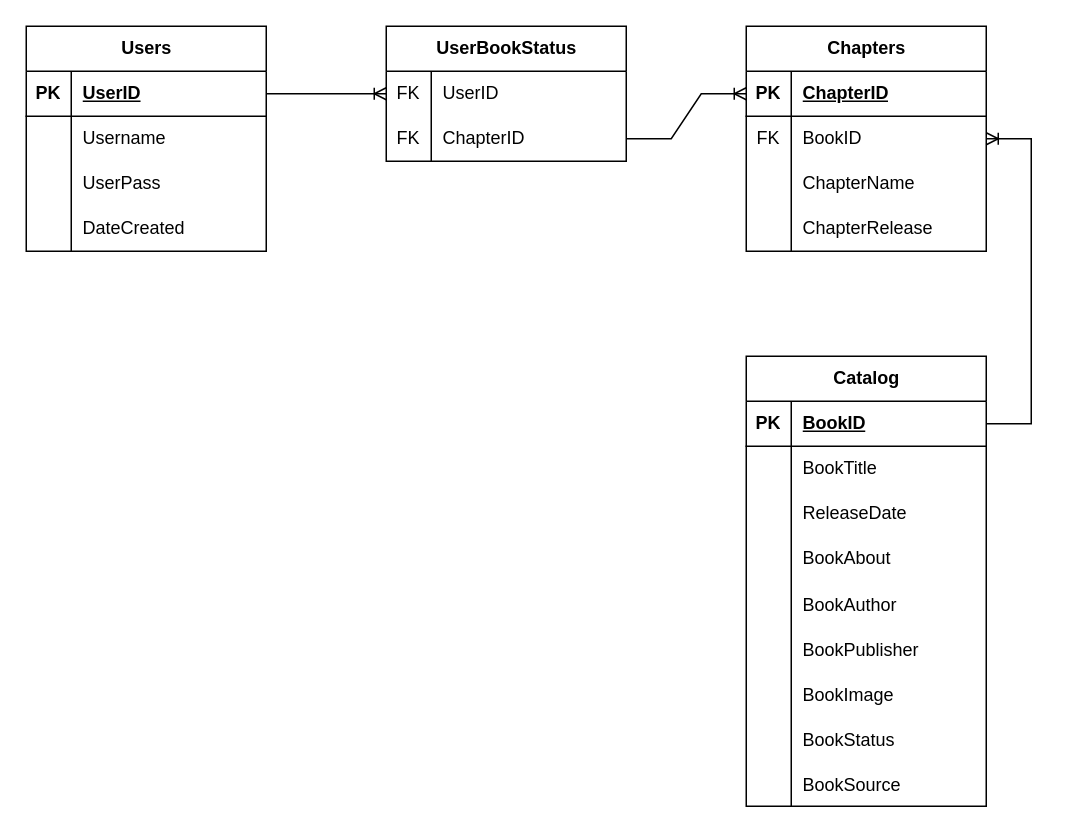
The draw.io diagram DesignAssets/DatabaseDiagram.drawio in Fabi985/Second-year-uni-proj, before the edit. Source tidied: cells renumbered, new cells numbered last; positions are measured from the earlier drawing's top-left corner, leaving out a move shared by most shapes. Both pictures are drawn from the tidied source at 150%, with x=0, y=0 at pixel (26, 26).
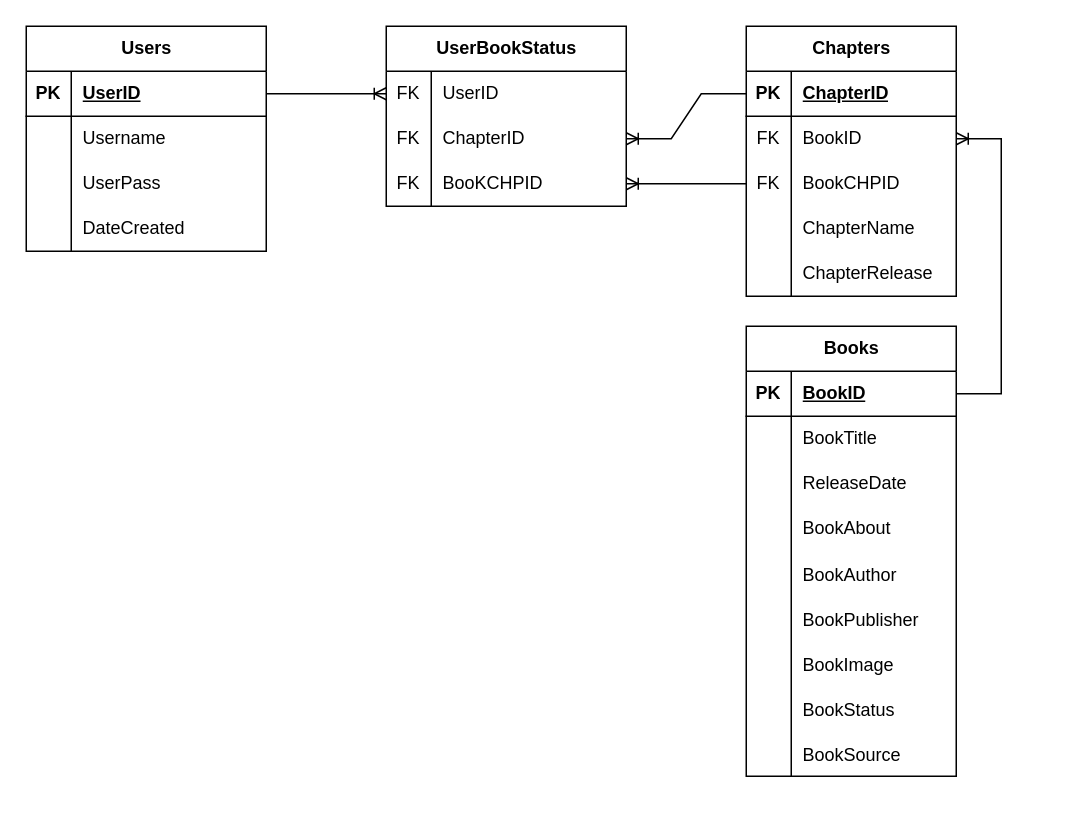
Above is the later version.

Commit message (it also covers changes not shown here):
updated queries and database design

Unchanged cells that the change refers to:
```xml
<mxCell id="60" style="shape=tableRow;horizontal=0;startSize=0;swimlaneHead=0;swimlaneBody=0;fillColor=none;points=[[0,0.5],[1,0.5]];portConstraint=eastwest;top=0;left=0;right=0;bottom=0;" parent="56" vertex="1">
  <mxGeometry y="60" width="160" height="30" as="geometry" />
</mxCell>
```

Diff of the diagram source:
```diff
@@
-    <mxCell id="15" value="Catalog" style="shape=table;startSize=30;childLayout=tableLayout;rowLines=0;fontStyle=1;align=center;html=1;" parent="1" vertex="1">
-      <mxGeometry x="480" y="220" width="160" height="300" as="geometry" />
+    <mxCell id="15" value="Books" style="shape=table;startSize=30;childLayout=tableLayout;rowLines=0;fontStyle=1;align=center;html=1;" parent="1" vertex="1">
+      <mxGeometry x="480" y="200" width="140" height="300" as="geometry" />
     </mxCell>
     <mxCell id="16" style="shape=tableRow;horizontal=0;startSize=0;swimlaneHead=0;swimlaneBody=0;fillColor=none;points=[[0,0.5],[1,0.5]];portConstraint=eastwest;top=0;left=0;right=0;bottom=1;" parent="15" vertex="1">
-      <mxGeometry y="30" width="160" height="30" as="geometry" />
+      <mxGeometry y="30" width="140" height="30" as="geometry" />
     </mxCell>
@@
     <mxCell id="18" value="BookID" style="shape=partialRectangle;fillColor=none;top=0;left=0;bottom=0;right=0;align=left;spacingLeft=6;fontStyle=5;overflow=hidden;whiteSpace=wrap;html=1;" parent="16" vertex="1">
-      <mxGeometry x="30" width="130" height="30" as="geometry" />
+      <mxGeometry x="30" width="110" height="30" as="geometry" />
     </mxCell>
     <mxCell id="19" style="shape=tableRow;horizontal=0;startSize=0;swimlaneHead=0;swimlaneBody=0;fillColor=none;top=0;left=0;right=0;bottom=0;" parent="15" vertex="1">
-      <mxGeometry y="60" width="160" height="30" as="geometry" />
+      <mxGeometry y="60" width="140" height="30" as="geometry" />
     </mxCell>
@@
     <mxCell id="21" value="BookTitle&lt;span style=&quot;white-space: pre;&quot;&gt;&#9;&lt;/span&gt;" style="shape=partialRectangle;fillColor=none;top=0;left=0;bottom=0;right=0;align=left;spacingLeft=6;overflow=hidden;whiteSpace=wrap;html=1;" parent="19" vertex="1">
-      <mxGeometry x="30" width="130" height="30" as="geometry" />
+      <mxGeometry x="30" width="110" height="30" as="geometry" />
     </mxCell>
     <mxCell id="22" style="shape=tableRow;horizontal=0;startSize=0;swimlaneHead=0;swimlaneBody=0;fillColor=none;top=0;left=0;right=0;bottom=0;" parent="15" vertex="1">
-      <mxGeometry y="90" width="160" height="30" as="geometry" />
+      <mxGeometry y="90" width="140" height="30" as="geometry" />
     </mxCell>
@@
     <mxCell id="24" value="ReleaseDate" style="shape=partialRectangle;fillColor=none;top=0;left=0;bottom=0;right=0;align=left;spacingLeft=6;overflow=hidden;whiteSpace=wrap;html=1;" parent="22" vertex="1">
-      <mxGeometry x="30" width="130" height="30" as="geometry" />
+      <mxGeometry x="30" width="110" height="30" as="geometry" />
     </mxCell>
     <mxCell id="25" style="shape=tableRow;horizontal=0;startSize=0;swimlaneHead=0;swimlaneBody=0;fillColor=none;top=0;left=0;right=0;bottom=0;" parent="15" vertex="1">
-      <mxGeometry y="120" width="160" height="30" as="geometry" />
+      <mxGeometry y="120" width="140" height="30" as="geometry" />
     </mxCell>
@@
     <mxCell id="27" value="BookAbout" style="shape=partialRectangle;fillColor=none;top=0;left=0;bottom=0;right=0;align=left;spacingLeft=6;overflow=hidden;whiteSpace=wrap;html=1;" parent="25" vertex="1">
-      <mxGeometry x="30" width="130" height="30" as="geometry" />
+      <mxGeometry x="30" width="110" height="30" as="geometry" />
     </mxCell>
     <mxCell id="28" style="shape=tableRow;horizontal=0;startSize=0;swimlaneHead=0;swimlaneBody=0;fillColor=none;top=0;left=0;right=0;bottom=0;" parent="15" vertex="1">
-      <mxGeometry y="150" width="160" height="30" as="geometry" />
+      <mxGeometry y="150" width="140" height="30" as="geometry" />
     </mxCell>
@@
     <mxCell id="30" value="BookAuthor" style="shape=partialRectangle;fillColor=none;top=0;left=0;bottom=0;right=0;align=left;spacingLeft=6;overflow=hidden;" parent="28" vertex="1">
-      <mxGeometry x="30" width="130" height="30" as="geometry" />
+      <mxGeometry x="30" width="110" height="30" as="geometry" />
     </mxCell>
     <mxCell id="31" style="shape=tableRow;horizontal=0;startSize=0;swimlaneHead=0;swimlaneBody=0;fillColor=none;top=0;left=0;right=0;bottom=0;" parent="15" vertex="1">
-      <mxGeometry y="180" width="160" height="30" as="geometry" />
+      <mxGeometry y="180" width="140" height="30" as="geometry" />
     </mxCell>
@@
     <mxCell id="33" value="BookPublisher" style="shape=partialRectangle;fillColor=none;top=0;left=0;bottom=0;right=0;align=left;spacingLeft=6;overflow=hidden;" parent="31" vertex="1">
-      <mxGeometry x="30" width="130" height="30" as="geometry" />
+      <mxGeometry x="30" width="110" height="30" as="geometry" />
     </mxCell>
     <mxCell id="34" style="shape=tableRow;horizontal=0;startSize=0;swimlaneHead=0;swimlaneBody=0;fillColor=none;top=0;left=0;right=0;bottom=0;" parent="15" vertex="1">
-      <mxGeometry y="210" width="160" height="30" as="geometry" />
+      <mxGeometry y="210" width="140" height="30" as="geometry" />
     </mxCell>
@@
     <mxCell id="36" value="BookImage" style="shape=partialRectangle;fillColor=none;top=0;left=0;bottom=0;right=0;align=left;spacingLeft=6;overflow=hidden;" parent="34" vertex="1">
-      <mxGeometry x="30" width="130" height="30" as="geometry" />
+      <mxGeometry x="30" width="110" height="30" as="geometry" />
     </mxCell>
     <mxCell id="37" style="shape=tableRow;horizontal=0;startSize=0;swimlaneHead=0;swimlaneBody=0;fillColor=none;top=0;left=0;right=0;bottom=0;" parent="15" vertex="1">
-      <mxGeometry y="240" width="160" height="30" as="geometry" />
+      <mxGeometry y="240" width="140" height="30" as="geometry" />
     </mxCell>
@@
     <mxCell id="39" value="BookStatus" style="shape=partialRectangle;fillColor=none;top=0;left=0;bottom=0;right=0;align=left;spacingLeft=6;overflow=hidden;" parent="37" vertex="1">
-      <mxGeometry x="30" width="130" height="30" as="geometry" />
+      <mxGeometry x="30" width="110" height="30" as="geometry" />
     </mxCell>
     <mxCell id="40" style="shape=tableRow;horizontal=0;startSize=0;swimlaneHead=0;swimlaneBody=0;fillColor=none;top=0;left=0;right=0;bottom=0;" parent="15" vertex="1">
-      <mxGeometry y="270" width="160" height="30" as="geometry" />
+      <mxGeometry y="270" width="140" height="30" as="geometry" />
     </mxCell>
@@
     <mxCell id="42" value="BookSource" style="shape=partialRectangle;fillColor=none;top=0;left=0;bottom=0;right=0;align=left;spacingLeft=6;overflow=hidden;" parent="40" vertex="1">
-      <mxGeometry x="30" width="130" height="30" as="geometry" />
+      <mxGeometry x="30" width="110" height="30" as="geometry" />
     </mxCell>
     <mxCell id="43" value="Chapters" style="shape=table;startSize=30;childLayout=tableLayout;rowLines=0;fontStyle=1;align=center;html=1;" parent="1" vertex="1">
-      <mxGeometry x="480" width="160" height="150" as="geometry" />
+      <mxGeometry x="480" width="140" height="180" as="geometry" />
     </mxCell>
     <mxCell id="44" style="shape=tableRow;horizontal=0;startSize=0;swimlaneHead=0;swimlaneBody=0;fillColor=none;points=[[0,0.5],[1,0.5]];portConstraint=eastwest;top=0;left=0;right=0;bottom=1;" parent="43" vertex="1">
-      <mxGeometry y="30" width="160" height="30" as="geometry" />
+      <mxGeometry y="30" width="140" height="30" as="geometry" />
     </mxCell>
@@
     <mxCell id="46" value="ChapterID" style="shape=partialRectangle;fillColor=none;top=0;left=0;bottom=0;right=0;align=left;spacingLeft=6;fontStyle=5;overflow=hidden;whiteSpace=wrap;html=1;" parent="44" vertex="1">
-      <mxGeometry x="30" width="130" height="30" as="geometry" />
+      <mxGeometry x="30" width="110" height="30" as="geometry" />
     </mxCell>
     <mxCell id="47" style="shape=tableRow;horizontal=0;startSize=0;swimlaneHead=0;swimlaneBody=0;fillColor=none;points=[[0,0.5],[1,0.5]];portConstraint=eastwest;top=0;left=0;right=0;bottom=0;" parent="43" vertex="1">
-      <mxGeometry y="60" width="160" height="30" as="geometry" />
+      <mxGeometry y="60" width="140" height="30" as="geometry" />
     </mxCell>
@@
     <mxCell id="49" value="BookID" style="shape=partialRectangle;fillColor=none;top=0;left=0;bottom=0;right=0;align=left;spacingLeft=6;fontStyle=0;overflow=hidden;whiteSpace=wrap;html=1;" parent="47" vertex="1">
-      <mxGeometry x="30" width="130" height="30" as="geometry" />
+      <mxGeometry x="30" width="110" height="30" as="geometry" />
     </mxCell>
+    <mxCell id="66" style="shape=tableRow;horizontal=0;startSize=0;swimlaneHead=0;swimlaneBody=0;fillColor=none;points=[[0,0.5],[1,0.5]];portConstraint=eastwest;top=0;left=0;right=0;bottom=0;" parent="43" vertex="1">
+      <mxGeometry y="90" width="140" height="30" as="geometry" />
+    </mxCell>
+    <mxCell id="67" value="FK" style="shape=partialRectangle;fillColor=none;top=0;left=0;bottom=0;right=0;fontStyle=0;overflow=hidden;whiteSpace=wrap;html=1;" parent="66" vertex="1">
+      <mxGeometry width="30" height="30" as="geometry" />
+    </mxCell>
+    <mxCell id="68" value="BookCHPID" style="shape=partialRectangle;fillColor=none;top=0;left=0;bottom=0;right=0;align=left;spacingLeft=6;fontStyle=0;overflow=hidden;whiteSpace=wrap;html=1;" parent="66" vertex="1">
+      <mxGeometry x="30" width="110" height="30" as="geometry" />
+    </mxCell>
     <mxCell id="50" style="shape=tableRow;horizontal=0;startSize=0;swimlaneHead=0;swimlaneBody=0;fillColor=none;top=0;left=0;right=0;bottom=0;" parent="43" vertex="1">
-      <mxGeometry y="90" width="160" height="30" as="geometry" />
+      <mxGeometry y="120" width="140" height="30" as="geometry" />
     </mxCell>
@@
     <mxCell id="52" value="ChapterName" style="shape=partialRectangle;fillColor=none;top=0;left=0;bottom=0;right=0;align=left;spacingLeft=6;overflow=hidden;whiteSpace=wrap;html=1;" parent="50" vertex="1">
-      <mxGeometry x="30" width="130" height="30" as="geometry" />
+      <mxGeometry x="30" width="110" height="30" as="geometry" />
     </mxCell>
     <mxCell id="53" style="shape=tableRow;horizontal=0;startSize=0;swimlaneHead=0;swimlaneBody=0;fillColor=none;top=0;left=0;right=0;bottom=0;" parent="43" vertex="1">
-      <mxGeometry y="120" width="160" height="30" as="geometry" />
+      <mxGeometry y="150" width="140" height="30" as="geometry" />
     </mxCell>
@@
     <mxCell id="55" value="ChapterRelease" style="shape=partialRectangle;fillColor=none;top=0;left=0;bottom=0;right=0;align=left;spacingLeft=6;overflow=hidden;whiteSpace=wrap;html=1;" parent="53" vertex="1">
-      <mxGeometry x="30" width="130" height="30" as="geometry" />
+      <mxGeometry x="30" width="110" height="30" as="geometry" />
     </mxCell>
     <mxCell id="56" value="UserBookStatus" style="shape=table;startSize=30;childLayout=tableLayout;rowLines=0;fontStyle=1;align=center;html=1;" parent="1" vertex="1">
-      <mxGeometry x="240" width="160" height="90" as="geometry" />
+      <mxGeometry x="240" width="160" height="120" as="geometry" />
     </mxCell>
@@
+    <mxCell id="69" style="shape=tableRow;horizontal=0;startSize=0;swimlaneHead=0;swimlaneBody=0;fillColor=none;points=[[0,0.5],[1,0.5]];portConstraint=eastwest;top=0;left=0;right=0;bottom=0;" parent="56" vertex="1">
+      <mxGeometry y="90" width="160" height="30" as="geometry" />
+    </mxCell>
+    <mxCell id="70" value="FK" style="shape=partialRectangle;fillColor=none;top=0;left=0;bottom=0;right=0;fontStyle=0;overflow=hidden;whiteSpace=wrap;html=1;" parent="69" vertex="1">
+      <mxGeometry width="30" height="30" as="geometry" />
+    </mxCell>
+    <mxCell id="71" value="BooKCHPID" style="shape=partialRectangle;fillColor=none;top=0;left=0;bottom=0;right=0;align=left;spacingLeft=6;fontStyle=0;overflow=hidden;whiteSpace=wrap;html=1;" parent="69" vertex="1">
+      <mxGeometry x="30" width="130" height="30" as="geometry" />
+    </mxCell>
@@
-    <mxCell id="64" style="edgeStyle=entityRelationEdgeStyle;fontSize=12;html=1;endArrow=ERoneToMany;rounded=0;exitX=1;exitY=0.5;exitDx=0;exitDy=0;entryX=0;entryY=0.5;entryDx=0;entryDy=0;" parent="1" edge="1" source="60" target="44">
-      <mxGeometry relative="1" as="geometry" />
-    </mxCell>
+    <mxCell id="72" style="edgeStyle=entityRelationEdgeStyle;fontSize=12;html=1;endArrow=ERoneToMany;rounded=0;exitX=0;exitY=0.5;exitDx=0;exitDy=0;entryX=1;entryY=0.5;entryDx=0;entryDy=0;" parent="1" edge="1" source="44" target="60">
+      <mxGeometry relative="1" as="geometry" />
+    </mxCell>
-    <mxCell id="65" style="edgeStyle=entityRelationEdgeStyle;fontSize=12;html=1;endArrow=ERoneToMany;rounded=0;exitX=1;exitY=0.5;exitDx=0;exitDy=0;entryX=1;entryY=0.5;entryDx=0;entryDy=0;" parent="1" edge="1" source="16" target="47">
+    <mxCell id="65" style="edgeStyle=entityRelationEdgeStyle;fontSize=12;html=1;endArrow=ERoneToMany;rounded=0;entryX=1;entryY=0.5;entryDx=0;entryDy=0;exitX=1;exitY=0.5;exitDx=0;exitDy=0;" parent="1" edge="1" source="16" target="47">
       <mxGeometry relative="1" as="geometry" />
     </mxCell>
+    <mxCell id="73" style="edgeStyle=entityRelationEdgeStyle;fontSize=12;html=1;endArrow=ERoneToMany;rounded=0;entryX=1;entryY=0.5;entryDx=0;entryDy=0;exitX=0;exitY=0.5;exitDx=0;exitDy=0;" parent="1" edge="1" source="66" target="69">
+      <mxGeometry relative="1" as="geometry" />
+    </mxCell>
```
